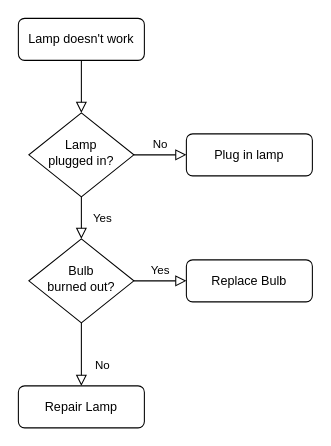
This is Untitled Diagram.drawio from denitsanp/hybridapps, a draw.io file, before an edit. Source tidied: cells renumbered, new cells numbered last; positions are measured from the earlier drawing's top-left corner, leaving out a move shared by most shapes. Both pictures are drawn from the tidied source at 105%, with x=0, y=0 at pixel (18, 18).
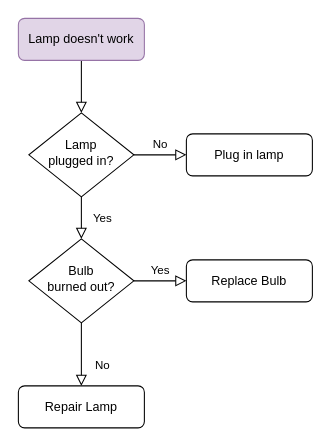
The same page after the edit.

Diff of the diagram source:
```diff
@@
 <mxGraphModel>
   <root>
     <mxCell id="0" />
     <mxCell id="1" parent="0" />
     <mxCell id="2" style="rounded=0;html=1;jettySize=auto;fontSize=11;endArrow=block;endFill=0;endSize=8;strokeWidth=1;shadow=0;labelBackgroundColor=none;edgeStyle=orthogonalEdgeStyle;" parent="1" edge="1" source="3" target="6">
       <mxGeometry relative="1" as="geometry" />
     </mxCell>
-    <mxCell id="3" value="Lamp doesn't work" style="rounded=1;whiteSpace=wrap;html=1;fontSize=12;glass=0;strokeWidth=1;shadow=0;" parent="1" vertex="1">
+    <mxCell id="3" value="Lamp doesn't work" style="rounded=1;whiteSpace=wrap;html=1;fontSize=12;glass=0;strokeWidth=1;shadow=0;fillColor=#e1d5e7;strokeColor=#9673a6;" parent="1" vertex="1">
       <mxGeometry width="120" height="40" as="geometry" />
     </mxCell>
     <mxCell id="4" value="Yes" style="rounded=0;html=1;jettySize=auto;fontSize=11;endArrow=block;endFill=0;endSize=8;strokeWidth=1;shadow=0;labelBackgroundColor=none;edgeStyle=orthogonalEdgeStyle;" parent="1" edge="1" source="6" target="10">
       <mxGeometry y="20" relative="1" as="geometry" />
     </mxCell>
     <mxCell id="5" value="No" style="edgeStyle=orthogonalEdgeStyle;rounded=0;html=1;jettySize=auto;fontSize=11;endArrow=block;endFill=0;endSize=8;strokeWidth=1;shadow=0;labelBackgroundColor=none;" parent="1" edge="1" source="6" target="7">
       <mxGeometry y="10" relative="1" as="geometry" />
     </mxCell>
     <mxCell id="6" value="Lamp&lt;br&gt;plugged in?" style="rhombus;whiteSpace=wrap;html=1;shadow=0;fontFamily=Helvetica;fontSize=12;align=center;strokeWidth=1;spacing=6;spacingTop=-4;" parent="1" vertex="1">
       <mxGeometry x="10" y="90" width="100" height="80" as="geometry" />
     </mxCell>
     <mxCell id="7" value="Plug in lamp" style="rounded=1;whiteSpace=wrap;html=1;fontSize=12;glass=0;strokeWidth=1;shadow=0;" parent="1" vertex="1">
       <mxGeometry x="160" y="110" width="120" height="40" as="geometry" />
     </mxCell>
     <mxCell id="8" value="No" style="rounded=0;html=1;jettySize=auto;fontSize=11;endArrow=block;endFill=0;endSize=8;strokeWidth=1;shadow=0;labelBackgroundColor=none;edgeStyle=orthogonalEdgeStyle;" parent="1" edge="1" source="10" target="11">
       <mxGeometry x="0.33" y="20" relative="1" as="geometry" />
     </mxCell>
     <mxCell id="9" value="Yes" style="edgeStyle=orthogonalEdgeStyle;rounded=0;html=1;jettySize=auto;fontSize=11;endArrow=block;endFill=0;endSize=8;strokeWidth=1;shadow=0;labelBackgroundColor=none;" parent="1" edge="1" source="10" target="12">
       <mxGeometry y="10" relative="1" as="geometry" />
     </mxCell>
     <mxCell id="10" value="Bulb&lt;br&gt;burned out?" style="rhombus;whiteSpace=wrap;html=1;shadow=0;fontFamily=Helvetica;fontSize=12;align=center;strokeWidth=1;spacing=6;spacingTop=-4;" parent="1" vertex="1">
       <mxGeometry x="10" y="210" width="100" height="80" as="geometry" />
     </mxCell>
     <mxCell id="11" value="Repair Lamp" style="rounded=1;whiteSpace=wrap;html=1;fontSize=12;glass=0;strokeWidth=1;shadow=0;" parent="1" vertex="1">
       <mxGeometry y="350" width="120" height="40" as="geometry" />
     </mxCell>
     <mxCell id="12" value="Replace Bulb" style="rounded=1;whiteSpace=wrap;html=1;fontSize=12;glass=0;strokeWidth=1;shadow=0;" parent="1" vertex="1">
       <mxGeometry x="160" y="230" width="120" height="40" as="geometry" />
     </mxCell>
   </root>
 </mxGraphModel>
```
